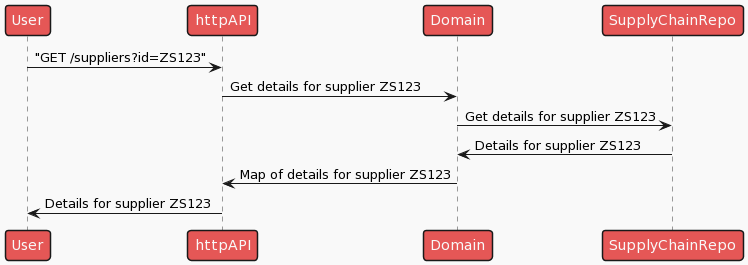
Above: diagrams/part-2/sequence_diagram_part_2.png in elliepriestley/sedex-supply-chain-project (PlantUML), before the change.
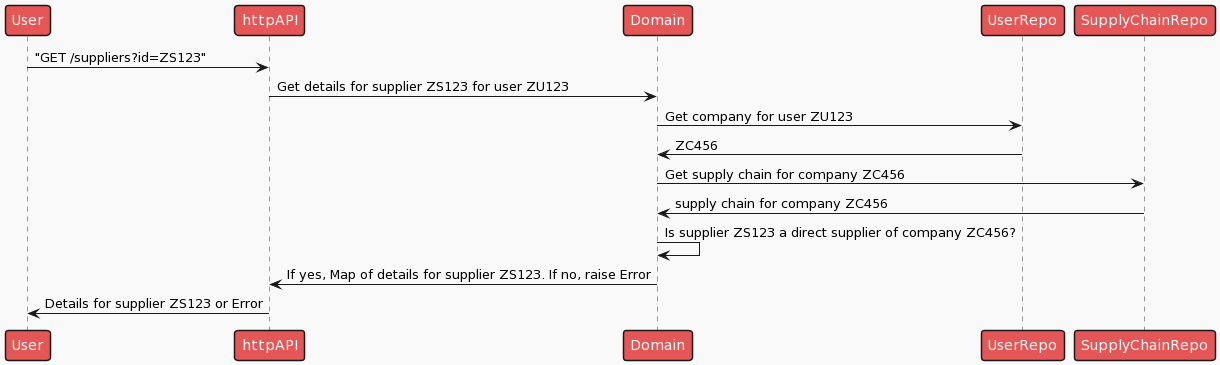
Later version of the same file.

Diff of the diagram source:
```diff
@@ -3,13 +3,19 @@
 
 User -> httpAPI : "GET /suppliers?id=ZS123"
 
-httpAPI -> Domain : Get details for supplier ZS123
+httpAPI -> Domain : Get details for supplier ZS123 for user ZU123
 
-Domain -> SupplyChainRepo: Get details for supplier ZS123
+Domain -> UserRepo: Get company for user ZU123
 
-SupplyChainRepo -> Domain: Details for supplier ZS123
+UserRepo -> Domain: ZC456
 
-Domain -> httpAPI: Map of details for supplier ZS123
+Domain -> SupplyChainRepo: Get supply chain for company ZC456
 
-httpAPI -> User: Details for supplier ZS123
+SupplyChainRepo -> Domain: supply chain for company ZC456
+
+Domain -> Domain: Is supplier ZS123 a direct supplier of company ZC456?
+
+Domain -> httpAPI: If yes, Map of details for supplier ZS123. If no, raise Error
+
+httpAPI -> User: Details for supplier ZS123 or Error
 @enduml
```
